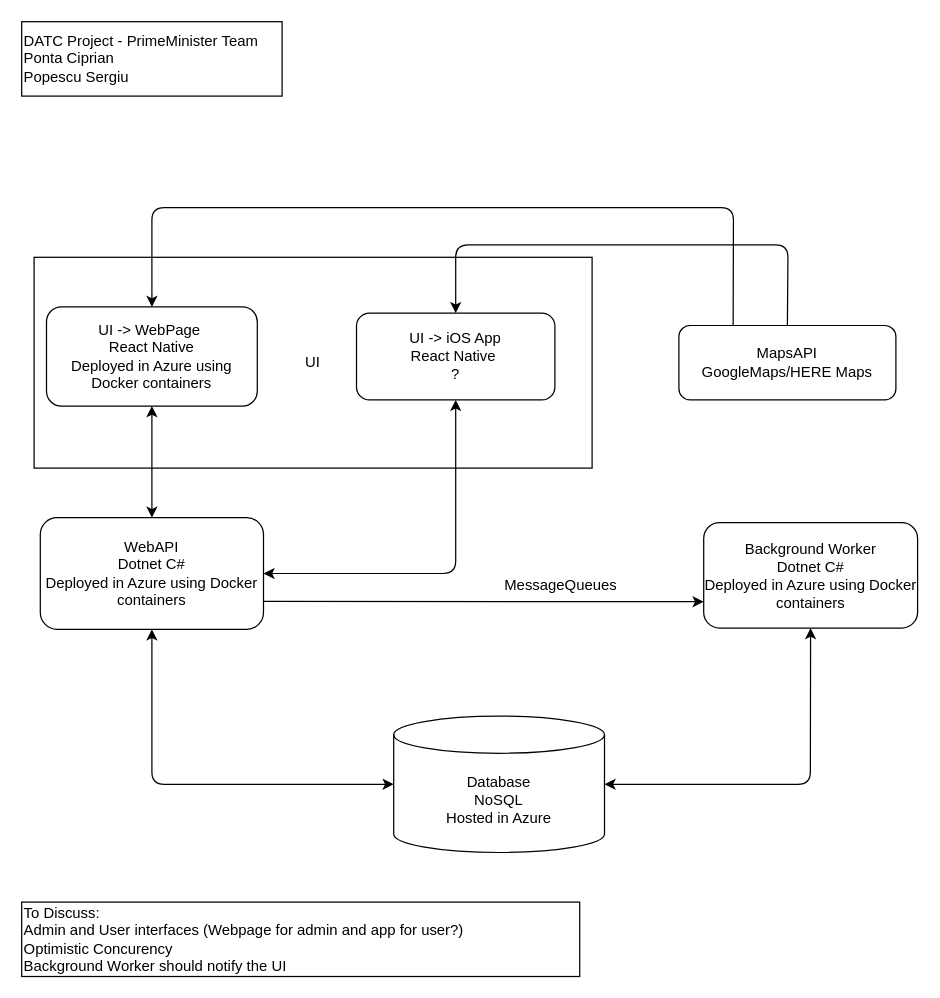
Earlier version of the draw.io diagram documents/architecture.drawio (sergiupopescu22/CityDangersCloudApp). Source tidied: cells renumbered, new cells numbered last; positions are measured from the earlier drawing's top-left corner, leaving out a move shared by most shapes. Both pictures are drawn from the tidied source at 124%, with x=0, y=0 at pixel (21, 21).
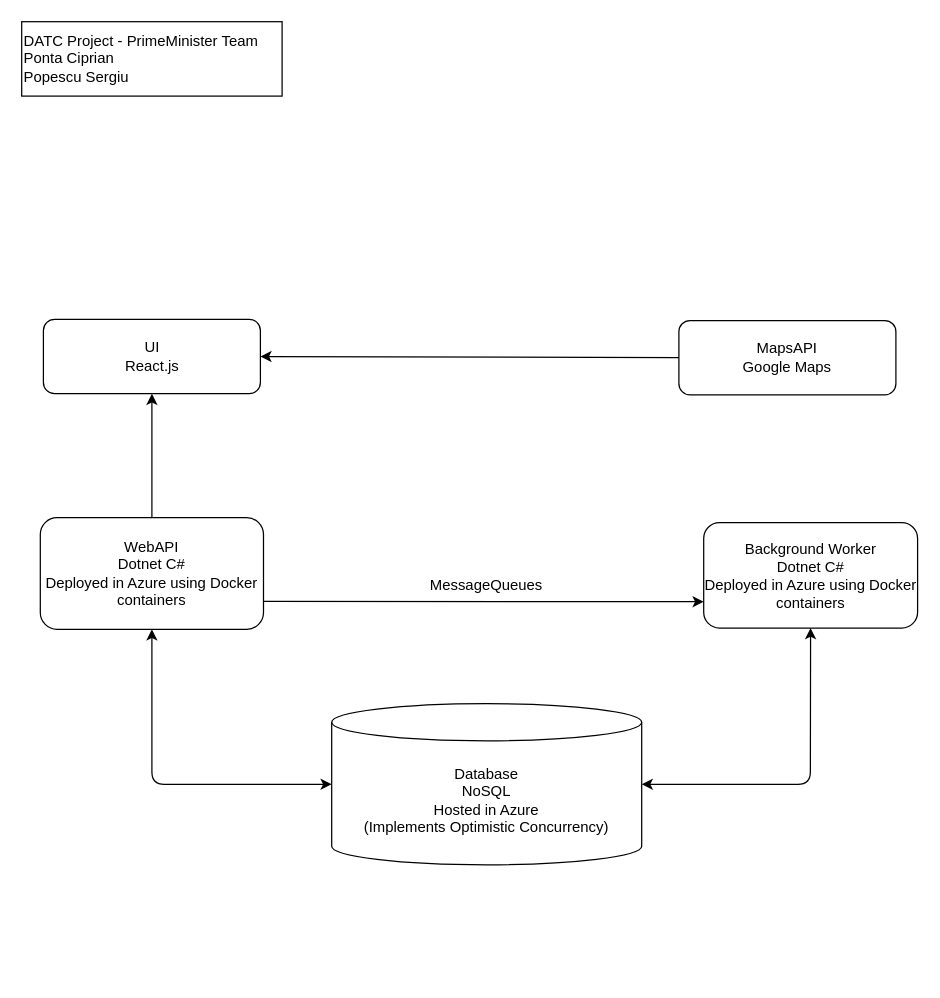
The same diagram, later.

Unchanged cells that the change refers to:
```xml
<mxCell id="7" value="WebAPI&lt;br&gt;Dotnet C#&lt;br&gt;Deployed in Azure using Docker containers" style="rounded=1;whiteSpace=wrap;html=1;" parent="1" vertex="1">
  <mxGeometry x="15" y="400" width="180" height="90" as="geometry" />
</mxCell>
```

Diff of the diagram source:
```diff
@@
-    <mxCell id="2" value="UI" style="rounded=0;whiteSpace=wrap;html=1;" parent="1" vertex="1">
-      <mxGeometry x="10" y="190" width="450" height="170" as="geometry" />
-    </mxCell>
@@
-    <mxCell id="4" value="UI -&amp;gt; WebPage&amp;nbsp;&lt;br&gt;React Native&lt;br&gt;Deployed in Azure using Docker containers" style="rounded=1;whiteSpace=wrap;html=1;" parent="1" vertex="1">
-      <mxGeometry x="20" y="230" width="170" height="80" as="geometry" />
-    </mxCell>
-    <mxCell id="5" value="UI -&amp;gt; iOS App&lt;br&gt;React Native&amp;nbsp;&lt;br&gt;?" style="rounded=1;whiteSpace=wrap;html=1;" parent="1" vertex="1">
-      <mxGeometry x="270" y="235" width="160" height="70" as="geometry" />
-    </mxCell>
@@
+    <mxCell id="19" style="edgeStyle=none;html=1;" parent="1" edge="1" source="7" target="21">
+      <mxGeometry relative="1" as="geometry" />
+    </mxCell>
@@
-    <mxCell id="8" style="edgeStyle=none;html=1;entryX=0.5;entryY=0;entryDx=0;entryDy=0;exitX=0.5;exitY=0;exitDx=0;exitDy=0;" parent="1" edge="1" source="10" target="5">
-      <mxGeometry relative="1" as="geometry">
-        <Array as="points">
-          <mxPoint x="618" y="180" />
-          <mxPoint x="350" y="180" />
-        </Array>
-      </mxGeometry>
-    </mxCell>
-    <mxCell id="9" style="edgeStyle=none;html=1;exitX=0.25;exitY=0;exitDx=0;exitDy=0;entryX=0.5;entryY=0;entryDx=0;entryDy=0;" parent="1" edge="1" source="10" target="4">
-      <mxGeometry relative="1" as="geometry">
-        <Array as="points">
-          <mxPoint x="574" y="150" />
-          <mxPoint x="105" y="150" />
-        </Array>
-      </mxGeometry>
-    </mxCell>
+    <mxCell id="20" style="edgeStyle=none;html=1;exitX=0;exitY=0.5;exitDx=0;exitDy=0;entryX=1;entryY=0.5;entryDx=0;entryDy=0;" parent="1" edge="1" source="10" target="21">
+      <mxGeometry relative="1" as="geometry" />
+    </mxCell>
-    <mxCell id="10" value="MapsAPI&lt;br&gt;GoogleMaps/HERE Maps" style="rounded=1;whiteSpace=wrap;html=1;" parent="1" vertex="1">
-      <mxGeometry x="530" y="245" width="175" height="60" as="geometry" />
+    <mxCell id="10" value="MapsAPI&lt;br&gt;Google Maps" style="rounded=1;whiteSpace=wrap;html=1;" parent="1" vertex="1">
+      <mxGeometry x="530" y="241" width="175" height="60" as="geometry" />
     </mxCell>
-    <mxCell id="11" style="endArrow=classic;startArrow=classic;html=1;exitX=0.5;exitY=0;exitDx=0;exitDy=0;entryX=0.5;entryY=1;entryDx=0;entryDy=0;" parent="1" edge="1" source="7" target="4">
-      <mxGeometry relative="1" as="geometry" />
-    </mxCell>
-    <mxCell id="12" style="endArrow=classic;startArrow=classic;html=1;exitX=1;exitY=0.5;exitDx=0;exitDy=0;entryX=0.5;entryY=1;entryDx=0;entryDy=0;" parent="1" edge="1" source="7" target="5">
-      <mxGeometry relative="1" as="geometry">
-        <Array as="points">
-          <mxPoint x="350" y="445" />
-        </Array>
-      </mxGeometry>
-    </mxCell>
-    <mxCell id="13" value="Database&lt;br&gt;NoSQL&lt;br&gt;Hosted in Azure" style="shape=cylinder3;whiteSpace=wrap;html=1;boundedLbl=1;backgroundOutline=1;size=15;" parent="1" vertex="1">
-      <mxGeometry x="300" y="560" width="170" height="110" as="geometry" />
+    <mxCell id="13" value="Database&lt;br&gt;NoSQL&lt;br&gt;Hosted in Azure&lt;br&gt;(Implements Optimistic Concurrency)" style="shape=cylinder3;whiteSpace=wrap;html=1;boundedLbl=1;backgroundOutline=1;size=15;" parent="1" vertex="1">
+      <mxGeometry x="250" y="550" width="250" height="130" as="geometry" />
     </mxCell>
@@
     <mxCell id="16" value="MessageQueues" style="text;html=1;strokeColor=none;fillColor=none;align=center;verticalAlign=middle;whiteSpace=wrap;rounded=0;" parent="1" vertex="1">
-      <mxGeometry x="380" y="440" width="110" height="30" as="geometry" />
+      <mxGeometry x="320" y="440" width="110" height="30" as="geometry" />
     </mxCell>
-    <mxCell id="17" style="endArrow=classic;startArrow=classic;html=1;entryX=0.5;entryY=1;entryDx=0;entryDy=0;exitX=1;exitY=0.5;exitDx=0;exitDy=0;exitPerimeter=0;" parent="1" edge="1">
+    <mxCell id="17" style="endArrow=classic;startArrow=classic;html=1;entryX=0.5;entryY=1;entryDx=0;entryDy=0;" parent="1" edge="1">
       <mxGeometry relative="1" as="geometry">
-        <mxPoint x="470" y="615" as="sourcePoint" />
+        <mxPoint x="500" y="615" as="sourcePoint" />
         <mxPoint x="636.2" y="489" as="targetPoint" />
         <Array as="points">
           <mxPoint x="636" y="615" />
         </Array>
       </mxGeometry>
     </mxCell>
-    <mxCell id="18" value="To Discuss:&lt;br&gt;Admin and User interfaces (Webpage for admin and app for user?)&lt;br&gt;Optimistic Concurency&lt;br&gt;Background Worker should notify the UI" style="rounded=0;whiteSpace=wrap;html=1;align=left;" parent="1" vertex="1">
-      <mxGeometry y="710" width="450" height="60" as="geometry" />
-    </mxCell>
+    <mxCell id="21" value="UI&lt;br&gt;React.js" style="rounded=1;whiteSpace=wrap;html=1;" parent="1" vertex="1">
+      <mxGeometry x="17.5" y="240" width="175" height="60" as="geometry" />
+    </mxCell>
```
